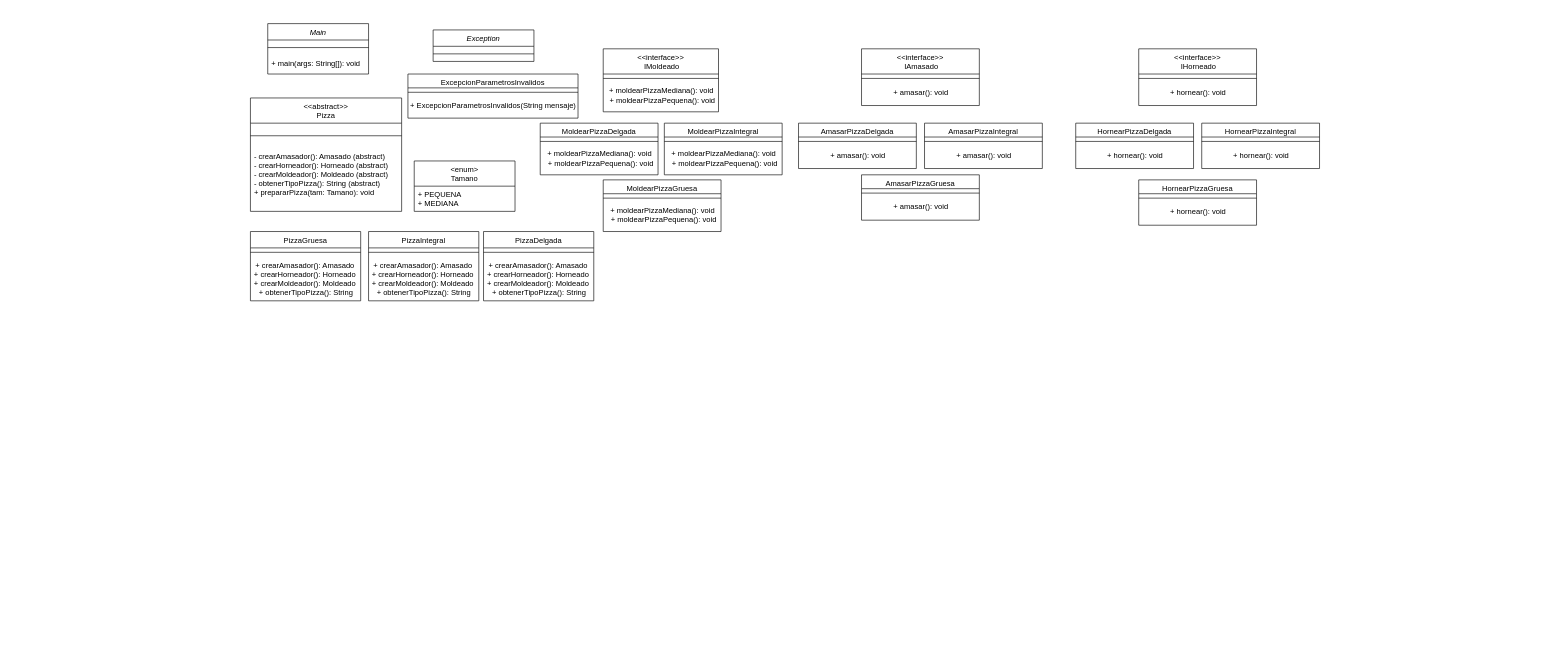
JuanJoseRodriguezF/Primer-Actividad-Dise-oSoftware keeps this draw.io diagram as UML/UML-pizzeria.drawio. Above is the earlier version. Source tidied: cells renumbered, new cells numbered last; positions are measured from the earlier drawing's top-left corner, leaving out a move shared by most shapes. Both pictures are drawn from the tidied source at 63%, with x=0, y=0 at pixel (250, 23).
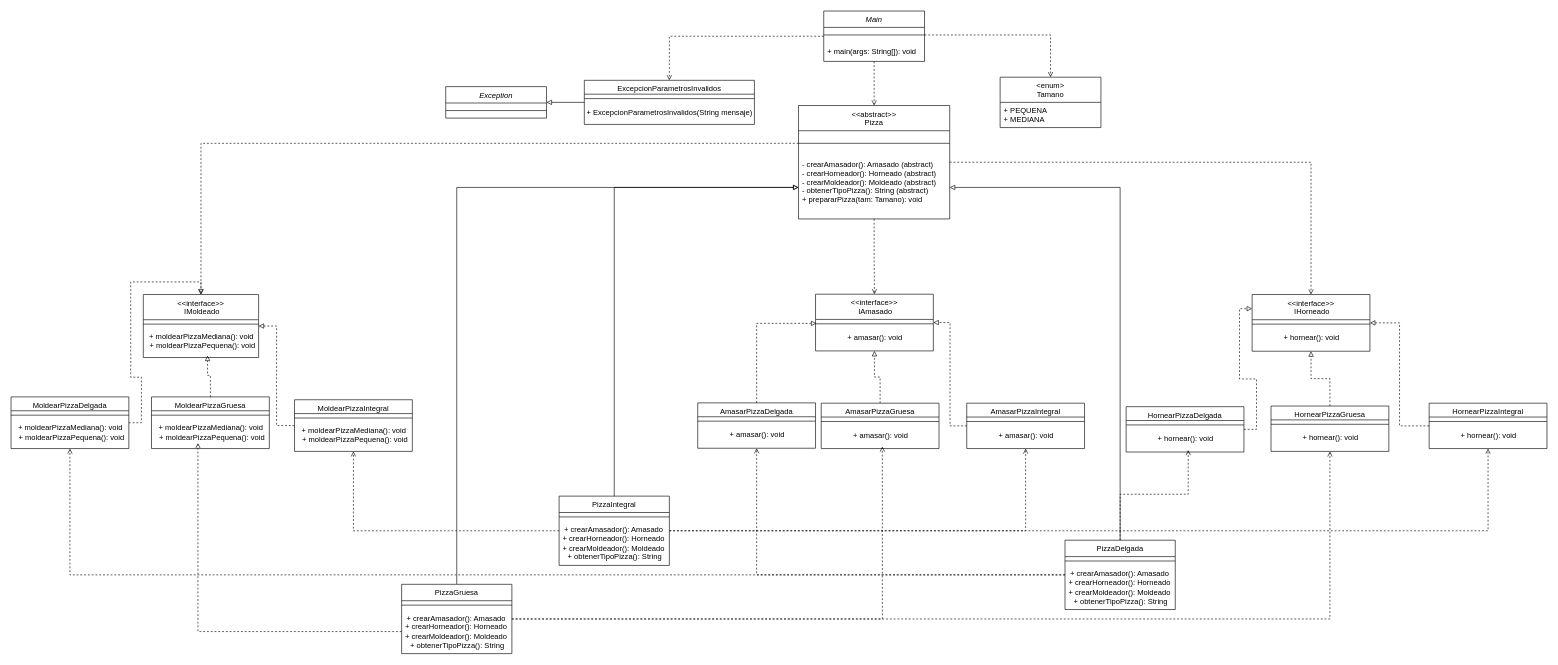
The same page after the edit.

Unchanged cells that the change refers to:
```xml
<mxCell id="3" style="line;html=1;strokeWidth=1;align=left;verticalAlign=middle;spacingTop=-1;spacingLeft=3;spacingRight=3;labelPosition=right;points=[];portConstraint=eastwest;" parent="2" vertex="1">
  <mxGeometry y="26" width="160" height="24" as="geometry" />
</mxCell>
<mxCell id="6" style="line;html=1;strokeWidth=1;align=left;verticalAlign=middle;spacingTop=-1;spacingLeft=3;spacingRight=3;labelPosition=right;points=[];portConstraint=eastwest;" parent="5" vertex="1">
  <mxGeometry y="40" width="240" height="40" as="geometry" />
</mxCell>
<mxCell id="7" value="- crearAmasador(): Amasado (abstract) &#10;- crearHorneador(): Horneado (abstract) &#10;- crearMoldeador(): Moldeado (abstract) &#10;- obtenerTipoPizza(): String (abstract) &#10;+ prepararPizza(tam: Tamano): void" style="text;align=left;verticalAlign=top;spacingLeft=4;spacingRight=4;overflow=hidden;points=[[0,0.5],[1,0.5]];portConstraint=eastwest;fontStyle=0;" parent="5" vertex="1">
  <mxGeometry y="80" width="240" height="100" as="geometry" />
</mxCell>
<mxCell id="15" value="+ crearAmasador(): Amasado&amp;nbsp;&lt;br&gt;+ crearHorneador(): Horneado&amp;nbsp;&lt;br&gt;+ crearMoldeador(): Moldeado&amp;nbsp;&lt;br&gt;+ obtenerTipoPizza(): String" style="text;html=1;align=center;verticalAlign=middle;points=[];strokeColor=none;fillColor=none;" parent="13" vertex="1">
  <mxGeometry y="40" width="175" height="70" as="geometry" />
</mxCell>
<mxCell id="21" value="+ moldearPizzaMediana(): void&lt;div&gt;&amp;nbsp;+ moldearPizzaPequena(): void&lt;/div&gt;" style="text;html=1;align=center;verticalAlign=middle;points=[];strokeColor=none;fillColor=none;" parent="19" vertex="1">
  <mxGeometry y="54" width="183" height="40" as="geometry" />
</mxCell>
<mxCell id="23" style="line;html=1;strokeWidth=1;align=left;verticalAlign=middle;spacingTop=-1;spacingLeft=3;spacingRight=3;labelPosition=right;points=[];portConstraint=eastwest;" parent="22" vertex="1">
  <mxGeometry y="40" width="187" height="14" as="geometry" />
</mxCell>
<mxCell id="36" value="+ moldearPizzaMediana(): void&lt;div&gt;&amp;nbsp;+ moldearPizzaPequena(): void&lt;br&gt;&lt;/div&gt;" style="text;html=1;align=center;verticalAlign=middle;points=[];strokeColor=none;fillColor=none;" parent="34" vertex="1">
  <mxGeometry y="36" width="187" height="40" as="geometry" />
</mxCell>
<mxCell id="45" value="+ amasar(): void" style="text;html=1;align=center;verticalAlign=middle;points=[];strokeColor=none;fillColor=none;" parent="43" vertex="1">
  <mxGeometry y="36" width="187" height="30" as="geometry" />
</mxCell>
<mxCell id="48" value="+ hornear(): void" style="text;html=1;align=center;verticalAlign=middle;points=[];strokeColor=none;fillColor=none;" parent="46" vertex="1">
  <mxGeometry y="36" width="187" height="30" as="geometry" />
</mxCell>
```

What changed in the source:
```diff
@@
+    <mxCell id="60" style="edgeStyle=orthogonalEdgeStyle;rounded=0;jettySize=auto;html=1;dashed=1;endArrow=open;endFill=0;" parent="1" edge="1" source="2" target="55">
+      <mxGeometry relative="1" as="geometry" />
+    </mxCell>
+    <mxCell id="61" style="edgeStyle=orthogonalEdgeStyle;rounded=0;jettySize=auto;html=1;dashed=1;endArrow=open;endFill=0;" parent="1" edge="1" source="2" target="5">
+      <mxGeometry relative="1" as="geometry" />
+    </mxCell>
     <mxCell id="2" value="Main" style="swimlane;fontStyle=2;align=center;verticalAlign=top;horizontal=1;startSize=26;rounded=0;shadow=0;strokeWidth=1;" parent="1" vertex="1">
-      <mxGeometry x="27.5" width="160" height="80" as="geometry" />
+      <mxGeometry x="910" y="-20" width="160" height="80" as="geometry" />
     </mxCell>
@@
+    <mxCell id="62" style="edgeStyle=orthogonalEdgeStyle;rounded=0;jettySize=auto;html=1;dashed=1;endArrow=open;endFill=0;" parent="1" edge="1" source="5" target="25">
+      <mxGeometry relative="1" as="geometry" />
+    </mxCell>
+    <mxCell id="63" style="edgeStyle=orthogonalEdgeStyle;rounded=0;jettySize=auto;html=1;entryX=0.5;entryY=0;entryDx=0;entryDy=0;dashed=1;endArrow=open;endFill=0;" parent="1" edge="1" source="5" target="22">
+      <mxGeometry relative="1" as="geometry" />
+    </mxCell>
     <mxCell id="5" value="&lt;&lt;abstract&gt;&gt;&#10;Pizza" style="swimlane;fontStyle=0;align=center;verticalAlign=top;horizontal=1;startSize=40;rounded=0;shadow=0;strokeWidth=1;" parent="1" vertex="1">
-      <mxGeometry y="118" width="240" height="180" as="geometry" />
+      <mxGeometry x="870" y="130" width="240" height="180" as="geometry" />
     </mxCell>
@@
+    <mxCell id="64" style="edgeStyle=orthogonalEdgeStyle;rounded=0;jettySize=auto;html=1;endArrow=block;endFill=0;" parent="1" edge="1" source="8" target="7">
+      <mxGeometry relative="1" as="geometry" />
+    </mxCell>
+    <mxCell id="65" style="edgeStyle=orthogonalEdgeStyle;rounded=0;jettySize=auto;html=1;entryX=0.5;entryY=1;entryDx=0;entryDy=0;dashed=1;endArrow=open;endFill=0;" parent="1" edge="1" source="8" target="37">
+      <mxGeometry relative="1" as="geometry" />
+    </mxCell>
+    <mxCell id="66" style="edgeStyle=orthogonalEdgeStyle;rounded=0;jettySize=auto;html=1;entryX=0.5;entryY=1;entryDx=0;entryDy=0;dashed=1;endArrow=open;endFill=0;" parent="1" edge="1" source="8" target="28">
+      <mxGeometry relative="1" as="geometry" />
+    </mxCell>
     <mxCell id="8" value="PizzaDelgada" style="swimlane;fontStyle=0;align=center;verticalAlign=top;horizontal=1;startSize=26;rounded=0;shadow=0;strokeWidth=1;" parent="1" vertex="1">
-      <mxGeometry x="370" y="330" width="175" height="110" as="geometry" />
+      <mxGeometry x="1293" y="820" width="175" height="110" as="geometry" />
     </mxCell>
@@
     <mxCell id="11" value="&lt;enum&gt;&#10;Tamano" style="swimlane;fontStyle=0;align=center;verticalAlign=top;horizontal=1;startSize=40;rounded=0;shadow=0;strokeWidth=1;" parent="1" vertex="1">
-      <mxGeometry x="260" y="218" width="160" height="80" as="geometry" />
+      <mxGeometry x="1190" y="85" width="160" height="80" as="geometry" />
     </mxCell>
@@
+    <mxCell id="67" style="edgeStyle=orthogonalEdgeStyle;rounded=0;jettySize=auto;html=1;endArrow=block;endFill=0;" parent="1" edge="1" source="13" target="7">
+      <mxGeometry relative="1" as="geometry" />
+    </mxCell>
+    <mxCell id="68" style="edgeStyle=orthogonalEdgeStyle;rounded=0;jettySize=auto;html=1;entryX=0.5;entryY=1;entryDx=0;entryDy=0;dashed=1;endArrow=open;endFill=0;" parent="1" edge="1" source="13" target="52">
+      <mxGeometry relative="1" as="geometry" />
+    </mxCell>
     <mxCell id="13" value="PizzaGruesa" style="swimlane;fontStyle=0;align=center;verticalAlign=top;horizontal=1;startSize=26;rounded=0;shadow=0;strokeWidth=1;" parent="1" vertex="1">
-      <mxGeometry y="330" width="175" height="110" as="geometry" />
+      <mxGeometry x="240" y="890" width="175" height="110" as="geometry" />
     </mxCell>
@@
+    <mxCell id="69" style="edgeStyle=orthogonalEdgeStyle;rounded=0;jettySize=auto;html=1;entryX=0;entryY=0.5;entryDx=0;entryDy=0;endArrow=block;endFill=0;" parent="1" edge="1" source="16" target="7">
+      <mxGeometry relative="1" as="geometry" />
+    </mxCell>
+    <mxCell id="70" style="edgeStyle=orthogonalEdgeStyle;rounded=0;jettySize=auto;html=1;entryX=0.5;entryY=1;entryDx=0;entryDy=0;dashed=1;endArrow=open;endFill=0;" parent="1" edge="1" source="16" target="40">
+      <mxGeometry relative="1" as="geometry" />
+    </mxCell>
+    <mxCell id="71" style="edgeStyle=orthogonalEdgeStyle;rounded=0;jettySize=auto;html=1;entryX=0.5;entryY=1;entryDx=0;entryDy=0;dashed=1;endArrow=open;endFill=0;" parent="1" edge="1" source="16" target="49">
+      <mxGeometry relative="1" as="geometry" />
+    </mxCell>
+    <mxCell id="72" style="edgeStyle=orthogonalEdgeStyle;rounded=0;jettySize=auto;html=1;entryX=0.5;entryY=1;entryDx=0;entryDy=0;dashed=1;endArrow=open;endFill=0;" parent="1" edge="1" source="16" target="31">
+      <mxGeometry relative="1" as="geometry" />
+    </mxCell>
     <mxCell id="16" value="PizzaIntegral" style="swimlane;fontStyle=0;align=center;verticalAlign=top;horizontal=1;startSize=26;rounded=0;shadow=0;strokeWidth=1;" parent="1" vertex="1">
-      <mxGeometry x="187.5" y="330" width="175" height="110" as="geometry" />
+      <mxGeometry x="490" y="750" width="175" height="110" as="geometry" />
     </mxCell>
@@
     <mxCell id="19" value="&lt;&lt;interface&gt;&gt;&#10; IMoldeado " style="swimlane;fontStyle=0;align=center;verticalAlign=top;horizontal=1;startSize=40;rounded=0;shadow=0;strokeWidth=1;" parent="1" vertex="1">
-      <mxGeometry x="560" y="40" width="183" height="100" as="geometry" />
+      <mxGeometry x="-170" y="430" width="183" height="100" as="geometry" />
     </mxCell>
@@
     <mxCell id="22" value="&lt;&lt;interface&gt;&gt;&#10; IAmasado" style="swimlane;fontStyle=0;align=center;verticalAlign=top;horizontal=1;startSize=40;rounded=0;shadow=0;strokeWidth=1;" parent="1" vertex="1">
-      <mxGeometry x="970" y="40" width="187" height="90" as="geometry" />
+      <mxGeometry x="897" y="429.5" width="187" height="90" as="geometry" />
     </mxCell>
@@
     <mxCell id="25" value="&lt;&lt;interface&gt;&gt;&#10; IHorneado" style="swimlane;fontStyle=0;align=center;verticalAlign=top;horizontal=1;startSize=40;rounded=0;shadow=0;strokeWidth=1;" parent="1" vertex="1">
-      <mxGeometry x="1410" y="40" width="187" height="90" as="geometry" />
+      <mxGeometry x="1590" y="430" width="187" height="90" as="geometry" />
     </mxCell>
@@
+    <mxCell id="73" style="edgeStyle=orthogonalEdgeStyle;rounded=0;jettySize=auto;html=1;entryX=0.5;entryY=0;entryDx=0;entryDy=0;dashed=1;endArrow=block;endFill=0;" parent="1" edge="1" source="28" target="19">
+      <mxGeometry relative="1" as="geometry" />
+    </mxCell>
     <mxCell id="28" value="MoldearPizzaDelgada " style="swimlane;fontStyle=0;align=center;verticalAlign=top;horizontal=1;startSize=22;rounded=0;shadow=0;strokeWidth=1;" parent="1" vertex="1">
-      <mxGeometry x="460" y="158" width="187" height="82" as="geometry" />
+      <mxGeometry x="-380" y="592.5" width="187" height="82" as="geometry" />
     </mxCell>
@@
+    <mxCell id="74" style="edgeStyle=orthogonalEdgeStyle;rounded=0;jettySize=auto;html=1;entryX=1;entryY=0.5;entryDx=0;entryDy=0;dashed=1;endArrow=block;endFill=0;" parent="1" edge="1" source="31" target="19">
+      <mxGeometry relative="1" as="geometry" />
+    </mxCell>
     <mxCell id="31" value="MoldearPizzaIntegral" style="swimlane;fontStyle=0;align=center;verticalAlign=top;horizontal=1;startSize=22;rounded=0;shadow=0;strokeWidth=1;" parent="1" vertex="1">
-      <mxGeometry x="657" y="158" width="187" height="82" as="geometry" />
+      <mxGeometry x="70" y="597" width="187" height="82" as="geometry" />
     </mxCell>
@@
     <mxCell id="34" value="MoldearPizzaGruesa" style="swimlane;fontStyle=0;align=center;verticalAlign=top;horizontal=1;startSize=22;rounded=0;shadow=0;strokeWidth=1;" parent="1" vertex="1">
-      <mxGeometry x="560" y="248" width="187" height="82" as="geometry" />
+      <mxGeometry x="-157" y="592.5" width="187" height="82" as="geometry" />
     </mxCell>
@@
     <mxCell id="37" value="AmasarPizzaDelgada" style="swimlane;fontStyle=0;align=center;verticalAlign=top;horizontal=1;startSize=22;rounded=0;shadow=0;strokeWidth=1;" parent="1" vertex="1">
-      <mxGeometry x="870" y="158" width="187" height="72" as="geometry" />
+      <mxGeometry x="710" y="602" width="187" height="72" as="geometry" />
     </mxCell>
@@
+    <mxCell id="75" style="edgeStyle=orthogonalEdgeStyle;rounded=0;jettySize=auto;html=1;entryX=1;entryY=0.5;entryDx=0;entryDy=0;dashed=1;endArrow=block;endFill=0;" parent="1" edge="1" source="40" target="22">
+      <mxGeometry relative="1" as="geometry" />
+    </mxCell>
     <mxCell id="40" value="AmasarPizzaIntegral" style="swimlane;fontStyle=0;align=center;verticalAlign=top;horizontal=1;startSize=22;rounded=0;shadow=0;strokeWidth=1;" parent="1" vertex="1">
-      <mxGeometry x="1070" y="158" width="187" height="72" as="geometry" />
+      <mxGeometry x="1137" y="602.5" width="187" height="72" as="geometry" />
     </mxCell>
@@
+    <mxCell id="76" style="edgeStyle=orthogonalEdgeStyle;rounded=0;jettySize=auto;html=1;entryX=0.5;entryY=1;entryDx=0;entryDy=0;dashed=1;endArrow=block;endFill=0;" parent="1" edge="1" source="43" target="22">
+      <mxGeometry relative="1" as="geometry" />
+    </mxCell>
     <mxCell id="43" value="AmasarPizzaGruesa" style="swimlane;fontStyle=0;align=center;verticalAlign=top;horizontal=1;startSize=22;rounded=0;shadow=0;strokeWidth=1;" parent="1" vertex="1">
-      <mxGeometry x="970" y="240" width="187" height="72" as="geometry" />
+      <mxGeometry x="906" y="602.5" width="187" height="72" as="geometry" />
     </mxCell>
@@
+    <mxCell id="77" style="edgeStyle=orthogonalEdgeStyle;rounded=0;jettySize=auto;html=1;entryX=0;entryY=0.25;entryDx=0;entryDy=0;dashed=1;endArrow=block;endFill=0;" parent="1" edge="1" source="46" target="25">
+      <mxGeometry relative="1" as="geometry" />
+    </mxCell>
     <mxCell id="46" value="HornearPizzaDelgada" style="swimlane;fontStyle=0;align=center;verticalAlign=top;horizontal=1;startSize=22;rounded=0;shadow=0;strokeWidth=1;" parent="1" vertex="1">
-      <mxGeometry x="1310" y="158" width="187" height="72" as="geometry" />
+      <mxGeometry x="1390" y="608" width="187" height="72" as="geometry" />
     </mxCell>
@@
+    <mxCell id="78" style="edgeStyle=orthogonalEdgeStyle;rounded=0;jettySize=auto;html=1;entryX=1;entryY=0.5;entryDx=0;entryDy=0;dashed=1;endArrow=block;endFill=0;" parent="1" edge="1" source="49" target="25">
+      <mxGeometry relative="1" as="geometry" />
+    </mxCell>
     <mxCell id="49" value="HornearPizzaIntegral" style="swimlane;fontStyle=0;align=center;verticalAlign=top;horizontal=1;startSize=22;rounded=0;shadow=0;strokeWidth=1;" parent="1" vertex="1">
-      <mxGeometry x="1510" y="158" width="187" height="72" as="geometry" />
+      <mxGeometry x="1871" y="602.5" width="187" height="72" as="geometry" />
     </mxCell>
@@
+    <mxCell id="79" style="edgeStyle=orthogonalEdgeStyle;rounded=0;jettySize=auto;html=1;entryX=0.5;entryY=1;entryDx=0;entryDy=0;dashed=1;endArrow=block;endFill=0;" parent="1" edge="1" source="52" target="25">
+      <mxGeometry relative="1" as="geometry" />
+    </mxCell>
     <mxCell id="52" value="HornearPizzaGruesa" style="swimlane;fontStyle=0;align=center;verticalAlign=top;horizontal=1;startSize=22;rounded=0;shadow=0;strokeWidth=1;" parent="1" vertex="1">
-      <mxGeometry x="1410" y="248" width="187" height="72" as="geometry" />
+      <mxGeometry x="1620" y="607" width="187" height="72" as="geometry" />
     </mxCell>
@@
+    <mxCell id="80" style="edgeStyle=orthogonalEdgeStyle;rounded=0;jettySize=auto;html=1;entryX=1;entryY=0.5;entryDx=0;entryDy=0;endArrow=block;endFill=0;" parent="1" edge="1" source="55" target="58">
+      <mxGeometry relative="1" as="geometry" />
+    </mxCell>
     <mxCell id="55" value="ExcepcionParametrosInvalidos" style="swimlane;fontStyle=0;align=center;verticalAlign=top;horizontal=1;startSize=22;rounded=0;shadow=0;strokeWidth=1;" parent="1" vertex="1">
-      <mxGeometry x="250" y="80" width="270" height="70" as="geometry" />
+      <mxGeometry x="530" y="90" width="270" height="70" as="geometry" />
     </mxCell>
@@
     <mxCell id="58" value="Exception" style="swimlane;fontStyle=2;align=center;verticalAlign=top;horizontal=1;startSize=26;rounded=0;shadow=0;strokeWidth=1;" parent="1" vertex="1">
-      <mxGeometry x="290" y="10" width="160" height="50" as="geometry" />
+      <mxGeometry x="310" y="100" width="160" height="50" as="geometry" />
     </mxCell>
@@
+    <mxCell id="81" style="edgeStyle=orthogonalEdgeStyle;rounded=0;jettySize=auto;html=1;entryX=0.5;entryY=0;entryDx=0;entryDy=0;dashed=1;endArrow=open;endFill=0;" parent="1" edge="1" source="3" target="11">
+      <mxGeometry relative="1" as="geometry" />
+    </mxCell>
+    <mxCell id="82" style="edgeStyle=orthogonalEdgeStyle;rounded=0;jettySize=auto;html=1;entryX=0.5;entryY=0;entryDx=0;entryDy=0;dashed=1;endArrow=open;endFill=0;" parent="1" edge="1" source="6" target="19">
+      <mxGeometry relative="1" as="geometry" />
+    </mxCell>
+    <mxCell id="83" style="edgeStyle=orthogonalEdgeStyle;rounded=0;jettySize=auto;html=1;entryX=0.394;entryY=0.932;entryDx=0;entryDy=0;entryPerimeter=0;dashed=1;endArrow=open;endFill=0;" parent="1" edge="1" source="15" target="36">
+      <mxGeometry relative="1" as="geometry" />
+    </mxCell>
+    <mxCell id="84" style="edgeStyle=orthogonalEdgeStyle;rounded=0;jettySize=auto;html=1;entryX=0.519;entryY=1.094;entryDx=0;entryDy=0;entryPerimeter=0;dashed=1;endArrow=open;endFill=0;" parent="1" edge="1" source="13" target="45">
+      <mxGeometry relative="1" as="geometry" />
+    </mxCell>
+    <mxCell id="85" style="edgeStyle=orthogonalEdgeStyle;rounded=0;jettySize=auto;html=1;entryX=0.527;entryY=1.096;entryDx=0;entryDy=0;entryPerimeter=0;dashed=1;endArrow=open;endFill=0;" parent="1" edge="1" source="8" target="48">
+      <mxGeometry relative="1" as="geometry" />
+    </mxCell>
+    <mxCell id="86" style="edgeStyle=orthogonalEdgeStyle;rounded=0;jettySize=auto;html=1;entryX=0.557;entryY=1.072;entryDx=0;entryDy=0;entryPerimeter=0;dashed=1;endArrow=block;endFill=0;" parent="1" edge="1" source="34" target="21">
+      <mxGeometry relative="1" as="geometry" />
+    </mxCell>
+    <mxCell id="87" style="edgeStyle=orthogonalEdgeStyle;rounded=0;jettySize=auto;html=1;entryX=0.008;entryY=0.448;entryDx=0;entryDy=0;entryPerimeter=0;dashed=1;endArrow=block;endFill=0;" parent="1" edge="1" source="37" target="23">
+      <mxGeometry relative="1" as="geometry" />
+    </mxCell>
```
